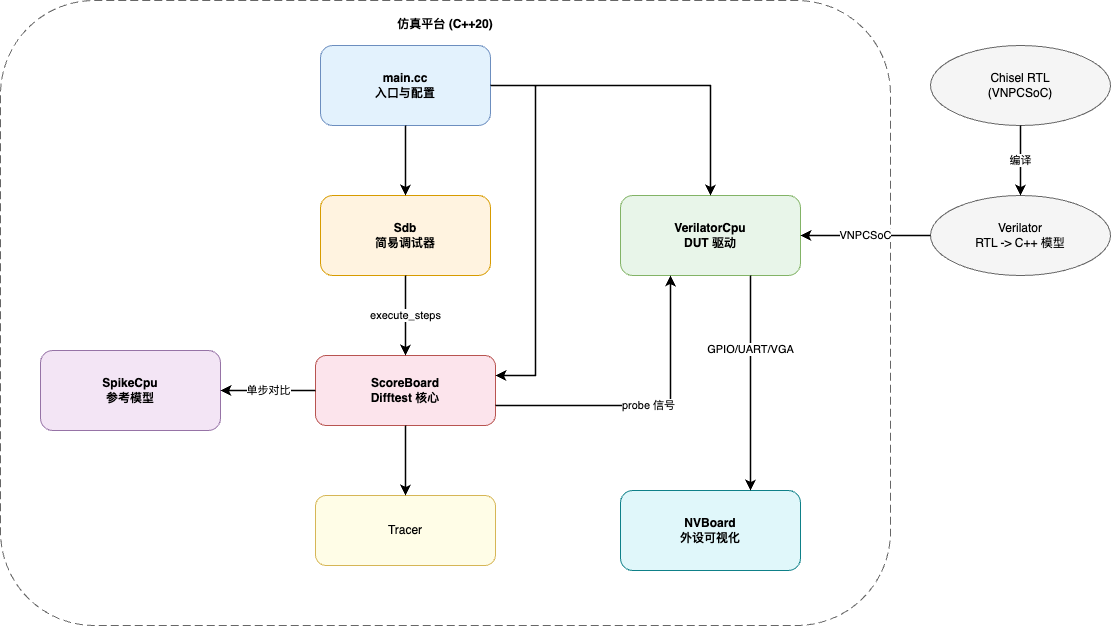
KINGFIOX/hitsz-bachelor-typst keeps this draw.io diagram as main/images/sim-arch.png. Above is the earlier version. Source tidied: cells renumbered, new cells last; positions are measured from the earlier drawing's top-left corner, leaving out a move shared by most shapes. The source it was exported from:
```xml
<mxGraphModel>
  <root>
    <mxCell id="0" />
    <mxCell id="1" parent="0" />
    <mxCell id="2" value="仿真平台 (C++20)" style="rounded=1;whiteSpace=wrap;html=1;dashed=1;dashPattern=8 4;fillColor=#ffffff;strokeColor=#666666;fontStyle=1;verticalAlign=top;spacingTop=10;" parent="1" vertex="1">
      <mxGeometry width="890" height="625" as="geometry" />
    </mxCell>
    <mxCell id="3" value="main.cc&#10;入口与配置" style="rounded=1;whiteSpace=wrap;html=1;fillColor=#E3F2FD;strokeColor=#6c8ebf;fontStyle=1;" parent="1" vertex="1">
      <mxGeometry x="320" y="45" width="170" height="80" as="geometry" />
    </mxCell>
    <mxCell id="4" value="Sdb&#10;简易调试器" style="rounded=1;whiteSpace=wrap;html=1;fillColor=#FFF3E0;strokeColor=#d79b00;fontStyle=1;" parent="1" vertex="1">
      <mxGeometry x="320" y="195" width="170" height="80" as="geometry" />
    </mxCell>
    <mxCell id="5" value="ScoreBoard&#10;Difftest 核心" style="rounded=1;whiteSpace=wrap;html=1;fillColor=#FCE4EC;strokeColor=#b85450;fontStyle=1;" parent="1" vertex="1">
      <mxGeometry x="315" y="355" width="180" height="70" as="geometry" />
    </mxCell>
    <mxCell id="6" value="VerilatorCpu&#10;DUT 驱动" style="rounded=1;whiteSpace=wrap;html=1;fillColor=#E8F5E9;strokeColor=#82b366;fontStyle=1;" parent="1" vertex="1">
      <mxGeometry x="620" y="195" width="180" height="80" as="geometry" />
    </mxCell>
    <mxCell id="7" value="SpikeCpu&#10;参考模型" style="rounded=1;whiteSpace=wrap;html=1;fillColor=#F3E5F5;strokeColor=#9673a6;fontStyle=1;" parent="1" vertex="1">
      <mxGeometry x="40" y="350" width="180" height="80" as="geometry" />
    </mxCell>
    <mxCell id="8" value="Tracer" style="rounded=1;whiteSpace=wrap;html=1;fillColor=#FFFDE7;strokeColor=#d6b656;" parent="1" vertex="1">
      <mxGeometry x="315" y="495" width="180" height="70" as="geometry" />
    </mxCell>
    <mxCell id="9" value="NVBoard&#10;外设可视化" style="rounded=1;whiteSpace=wrap;html=1;fillColor=#E0F7FA;strokeColor=#0e8088;fontStyle=1;" parent="1" vertex="1">
      <mxGeometry x="620" y="490" width="180" height="80" as="geometry" />
    </mxCell>
    <mxCell id="10" value="Verilator&#10;RTL -&gt; C++ 模型" style="ellipse;whiteSpace=wrap;html=1;fillColor=#F5F5F5;strokeColor=#666666;" parent="1" vertex="1">
      <mxGeometry x="930" y="195" width="180" height="80" as="geometry" />
    </mxCell>
    <mxCell id="11" value="Chisel RTL&#10;(VNPCSoC)" style="ellipse;whiteSpace=wrap;html=1;fillColor=#F5F5F5;strokeColor=#666666;" parent="1" vertex="1">
      <mxGeometry x="930" y="45" width="180" height="80" as="geometry" />
    </mxCell>
    <mxCell id="12" value="编译" style="edgeStyle=orthogonalEdgeStyle;rounded=0;html=1;endArrow=classic;strokeWidth=1.6;" parent="1" edge="1" source="11" target="10">
      <mxGeometry relative="1" as="geometry" />
    </mxCell>
    <mxCell id="13" value="VNPCSoC" style="edgeStyle=orthogonalEdgeStyle;rounded=0;html=1;endArrow=classic;strokeWidth=1.6;" parent="1" edge="1" source="10" target="6">
      <mxGeometry relative="1" as="geometry">
        <Array as="points">
          <mxPoint x="990" y="245" />
        </Array>
      </mxGeometry>
    </mxCell>
    <mxCell id="14" style="edgeStyle=orthogonalEdgeStyle;rounded=0;html=1;endArrow=classic;strokeWidth=1.6;" parent="1" edge="1" source="3" target="4">
      <mxGeometry relative="1" as="geometry" />
    </mxCell>
    <mxCell id="15" style="edgeStyle=orthogonalEdgeStyle;rounded=0;html=1;endArrow=classic;strokeWidth=1.6;" parent="1" edge="1" source="3" target="5">
      <mxGeometry relative="1" as="geometry">
        <Array as="points">
          <mxPoint x="535" y="85" />
          <mxPoint x="535" y="375" />
        </Array>
      </mxGeometry>
    </mxCell>
    <mxCell id="16" style="edgeStyle=orthogonalEdgeStyle;rounded=0;html=1;endArrow=classic;strokeWidth=1.6;" parent="1" edge="1" source="3" target="6">
      <mxGeometry relative="1" as="geometry" />
    </mxCell>
    <mxCell id="17" value="execute_steps" style="edgeStyle=orthogonalEdgeStyle;rounded=0;html=1;endArrow=classic;strokeWidth=1.6;" parent="1" edge="1" source="4" target="5">
      <mxGeometry relative="1" as="geometry" />
    </mxCell>
    <mxCell id="18" value="probe 信号" style="edgeStyle=orthogonalEdgeStyle;rounded=0;html=1;endArrow=classic;strokeWidth=1.6;" parent="1" edge="1" source="5" target="6">
      <mxGeometry relative="1" as="geometry">
        <Array as="points">
          <mxPoint x="670" y="405" />
        </Array>
      </mxGeometry>
    </mxCell>
    <mxCell id="19" value="单步对比" style="edgeStyle=orthogonalEdgeStyle;rounded=0;html=1;endArrow=classic;strokeWidth=1.6;" parent="1" edge="1" source="5" target="7">
      <mxGeometry relative="1" as="geometry">
        <Array as="points">
          <mxPoint x="300" y="390" />
          <mxPoint x="300" y="390" />
        </Array>
      </mxGeometry>
    </mxCell>
    <mxCell id="20" style="edgeStyle=orthogonalEdgeStyle;rounded=0;html=1;endArrow=classic;strokeWidth=1.6;" parent="1" edge="1" source="5" target="8">
      <mxGeometry relative="1" as="geometry">
        <Array as="points">
          <mxPoint x="405" y="505" />
          <mxPoint x="405" y="505" />
        </Array>
      </mxGeometry>
    </mxCell>
    <mxCell id="21" value="GPIO/UART/VGA" style="edgeStyle=orthogonalEdgeStyle;rounded=0;html=1;endArrow=classic;strokeWidth=1.6;" parent="1" edge="1" source="6" target="9">
      <mxGeometry x="-0.32" relative="1" as="geometry">
        <Array as="points">
          <mxPoint x="750" y="345" />
          <mxPoint x="750" y="345" />
        </Array>
      </mxGeometry>
    </mxCell>
  </root>
</mxGraphModel>
```
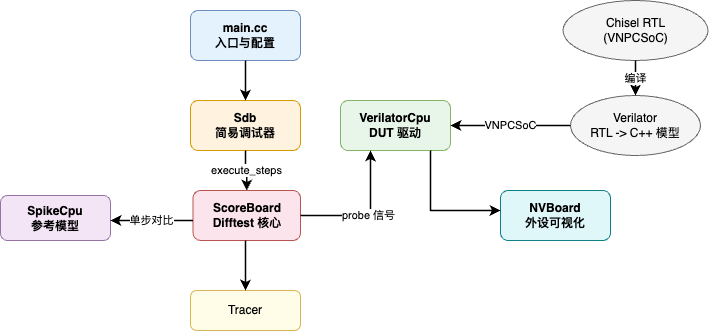
After the change.

What changed in the source:
```diff
@@ -2,35 +2,32 @@
   <root>
     <mxCell id="0" />
     <mxCell id="1" parent="0" />
-    <mxCell id="2" value="仿真平台 (C++20)" style="rounded=1;whiteSpace=wrap;html=1;dashed=1;dashPattern=8 4;fillColor=#ffffff;strokeColor=#666666;fontStyle=1;verticalAlign=top;spacingTop=10;" parent="1" vertex="1">
-      <mxGeometry width="890" height="625" as="geometry" />
-    </mxCell>
     <mxCell id="3" value="main.cc&#10;入口与配置" style="rounded=1;whiteSpace=wrap;html=1;fillColor=#E3F2FD;strokeColor=#6c8ebf;fontStyle=1;" parent="1" vertex="1">
-      <mxGeometry x="320" y="45" width="170" height="80" as="geometry" />
+      <mxGeometry x="380" y="75" width="110" height="50" as="geometry" />
     </mxCell>
     <mxCell id="4" value="Sdb&#10;简易调试器" style="rounded=1;whiteSpace=wrap;html=1;fillColor=#FFF3E0;strokeColor=#d79b00;fontStyle=1;" parent="1" vertex="1">
-      <mxGeometry x="320" y="195" width="170" height="80" as="geometry" />
+      <mxGeometry x="380" y="165" width="110" height="50" as="geometry" />
     </mxCell>
     <mxCell id="5" value="ScoreBoard&#10;Difftest 核心" style="rounded=1;whiteSpace=wrap;html=1;fillColor=#FCE4EC;strokeColor=#b85450;fontStyle=1;" parent="1" vertex="1">
-      <mxGeometry x="315" y="355" width="180" height="70" as="geometry" />
+      <mxGeometry x="382.5" y="255" width="107.5" height="50" as="geometry" />
     </mxCell>
     <mxCell id="6" value="VerilatorCpu&#10;DUT 驱动" style="rounded=1;whiteSpace=wrap;html=1;fillColor=#E8F5E9;strokeColor=#82b366;fontStyle=1;" parent="1" vertex="1">
-      <mxGeometry x="620" y="195" width="180" height="80" as="geometry" />
+      <mxGeometry x="530" y="165" width="110" height="50" as="geometry" />
     </mxCell>
     <mxCell id="7" value="SpikeCpu&#10;参考模型" style="rounded=1;whiteSpace=wrap;html=1;fillColor=#F3E5F5;strokeColor=#9673a6;fontStyle=1;" parent="1" vertex="1">
-      <mxGeometry x="40" y="350" width="180" height="80" as="geometry" />
+      <mxGeometry x="190" y="260" width="110" height="45" as="geometry" />
     </mxCell>
     <mxCell id="8" value="Tracer" style="rounded=1;whiteSpace=wrap;html=1;fillColor=#FFFDE7;strokeColor=#d6b656;" parent="1" vertex="1">
-      <mxGeometry x="315" y="495" width="180" height="70" as="geometry" />
+      <mxGeometry x="380" y="355" width="110" height="40" as="geometry" />
     </mxCell>
     <mxCell id="9" value="NVBoard&#10;外设可视化" style="rounded=1;whiteSpace=wrap;html=1;fillColor=#E0F7FA;strokeColor=#0e8088;fontStyle=1;" parent="1" vertex="1">
-      <mxGeometry x="620" y="490" width="180" height="80" as="geometry" />
+      <mxGeometry x="690" y="255" width="110" height="50" as="geometry" />
     </mxCell>
     <mxCell id="10" value="Verilator&#10;RTL -&gt; C++ 模型" style="ellipse;whiteSpace=wrap;html=1;fillColor=#F5F5F5;strokeColor=#666666;" parent="1" vertex="1">
-      <mxGeometry x="930" y="195" width="180" height="80" as="geometry" />
+      <mxGeometry x="760" y="160" width="130" height="60" as="geometry" />
     </mxCell>
     <mxCell id="11" value="Chisel RTL&#10;(VNPCSoC)" style="ellipse;whiteSpace=wrap;html=1;fillColor=#F5F5F5;strokeColor=#666666;" parent="1" vertex="1">
-      <mxGeometry x="930" y="45" width="180" height="80" as="geometry" />
+      <mxGeometry x="752.5" y="65" width="145" height="60" as="geometry" />
     </mxCell>
     <mxCell id="12" value="编译" style="edgeStyle=orthogonalEdgeStyle;rounded=0;html=1;endArrow=classic;strokeWidth=1.6;" parent="1" edge="1" source="11" target="10">
       <mxGeometry relative="1" as="geometry" />
@@ -38,55 +35,44 @@
     <mxCell id="13" value="VNPCSoC" style="edgeStyle=orthogonalEdgeStyle;rounded=0;html=1;endArrow=classic;strokeWidth=1.6;" parent="1" edge="1" source="10" target="6">
       <mxGeometry relative="1" as="geometry">
         <Array as="points">
-          <mxPoint x="990" y="245" />
+          <mxPoint x="700" y="190" />
+          <mxPoint x="700" y="190" />
         </Array>
       </mxGeometry>
     </mxCell>
     <mxCell id="14" style="edgeStyle=orthogonalEdgeStyle;rounded=0;html=1;endArrow=classic;strokeWidth=1.6;" parent="1" edge="1" source="3" target="4">
       <mxGeometry relative="1" as="geometry" />
     </mxCell>
-    <mxCell id="15" style="edgeStyle=orthogonalEdgeStyle;rounded=0;html=1;endArrow=classic;strokeWidth=1.6;" parent="1" edge="1" source="3" target="5">
-      <mxGeometry relative="1" as="geometry">
-        <Array as="points">
-          <mxPoint x="535" y="85" />
-          <mxPoint x="535" y="375" />
-        </Array>
-      </mxGeometry>
-    </mxCell>
-    <mxCell id="16" style="edgeStyle=orthogonalEdgeStyle;rounded=0;html=1;endArrow=classic;strokeWidth=1.6;" parent="1" edge="1" source="3" target="6">
-      <mxGeometry relative="1" as="geometry" />
-    </mxCell>
     <mxCell id="17" value="execute_steps" style="edgeStyle=orthogonalEdgeStyle;rounded=0;html=1;endArrow=classic;strokeWidth=1.6;" parent="1" edge="1" source="4" target="5">
       <mxGeometry relative="1" as="geometry" />
     </mxCell>
     <mxCell id="18" value="probe 信号" style="edgeStyle=orthogonalEdgeStyle;rounded=0;html=1;endArrow=classic;strokeWidth=1.6;" parent="1" edge="1" source="5" target="6">
       <mxGeometry relative="1" as="geometry">
         <Array as="points">
-          <mxPoint x="670" y="405" />
+          <mxPoint x="560" y="280" />
         </Array>
       </mxGeometry>
     </mxCell>
     <mxCell id="19" value="单步对比" style="edgeStyle=orthogonalEdgeStyle;rounded=0;html=1;endArrow=classic;strokeWidth=1.6;" parent="1" edge="1" source="5" target="7">
-      <mxGeometry relative="1" as="geometry">
+      <mxGeometry x="0.02" relative="1" as="geometry">
         <Array as="points">
-          <mxPoint x="300" y="390" />
-          <mxPoint x="300" y="390" />
+          <mxPoint x="350" y="285" />
+          <mxPoint x="350" y="285" />
         </Array>
       </mxGeometry>
     </mxCell>
     <mxCell id="20" style="edgeStyle=orthogonalEdgeStyle;rounded=0;html=1;endArrow=classic;strokeWidth=1.6;" parent="1" edge="1" source="5" target="8">
       <mxGeometry relative="1" as="geometry">
         <Array as="points">
-          <mxPoint x="405" y="505" />
-          <mxPoint x="405" y="505" />
+          <mxPoint x="435" y="345" />
+          <mxPoint x="435" y="345" />
         </Array>
       </mxGeometry>
     </mxCell>
-    <mxCell id="21" value="GPIO/UART/VGA" style="edgeStyle=orthogonalEdgeStyle;rounded=0;html=1;endArrow=classic;strokeWidth=1.6;" parent="1" edge="1" source="6" target="9">
+    <mxCell id="21" style="edgeStyle=orthogonalEdgeStyle;rounded=0;html=1;endArrow=classic;strokeWidth=1.6;" parent="1" edge="1" source="6" target="9">
       <mxGeometry x="-0.32" relative="1" as="geometry">
         <Array as="points">
-          <mxPoint x="750" y="345" />
-          <mxPoint x="750" y="345" />
+          <mxPoint x="620" y="275" />
         </Array>
       </mxGeometry>
     </mxCell>
```
